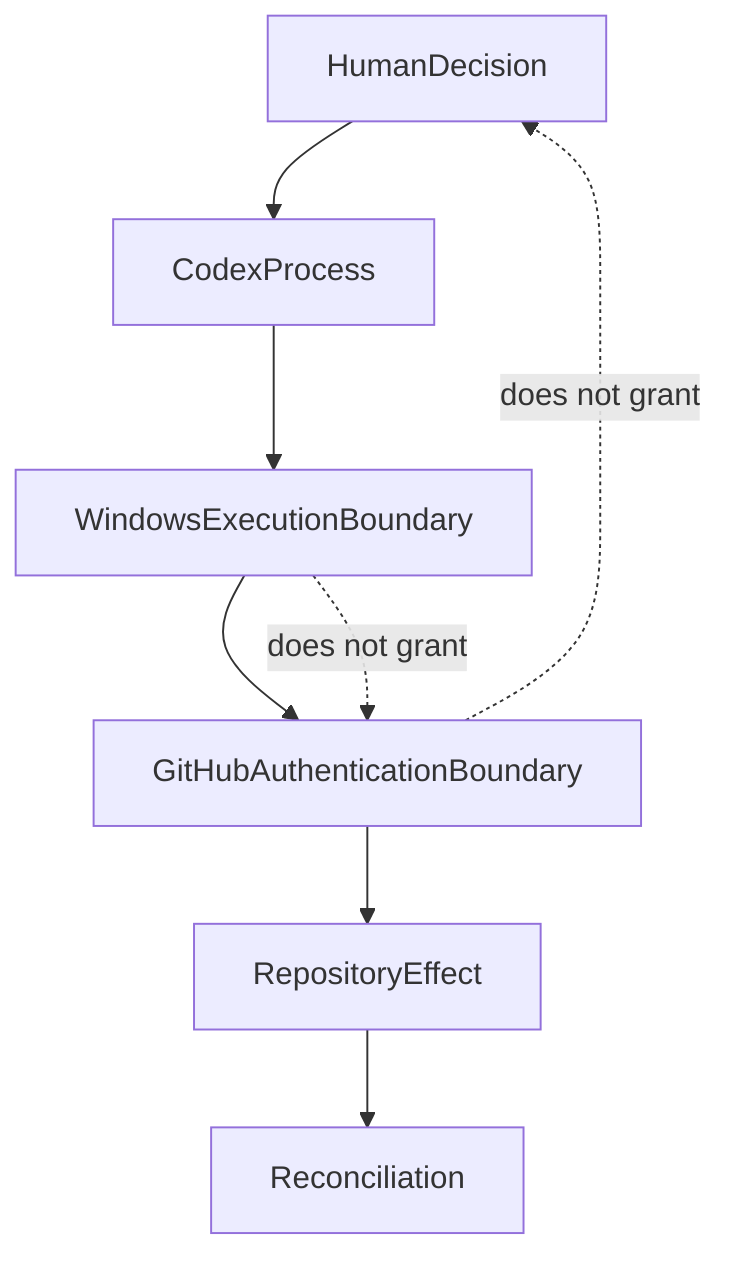
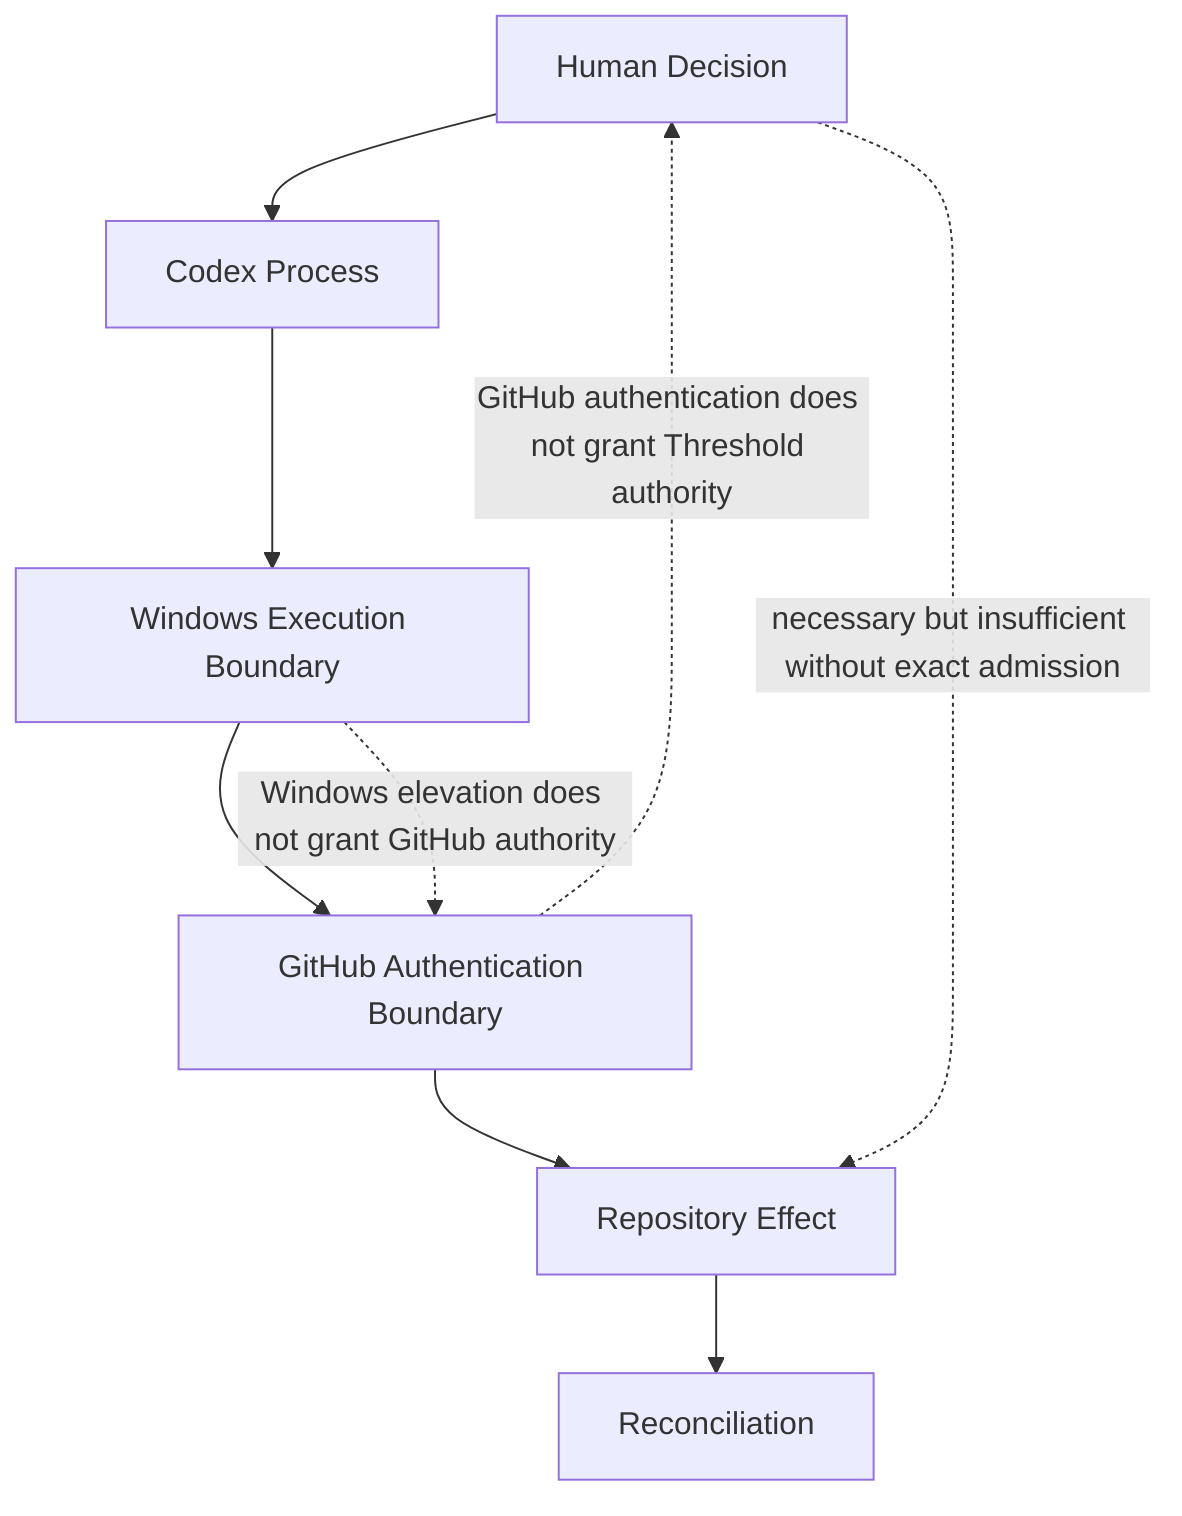
flowchart TD
-     HumanDecision --> CodexProcess
-     CodexProcess --> WindowsExecutionBoundary
-     WindowsExecutionBoundary --> GitHubAuthenticationBoundary
-     GitHubAuthenticationBoundary --> RepositoryEffect
-     RepositoryEffect --> Reconciliation
-     WindowsExecutionBoundary -. does not grant .-> GitHubAuthenticationBoundary
-     GitHubAuthenticationBoundary -. does not grant .-> HumanDecision
+     HumanDecision[Human Decision]
+     CodexProcess[Codex Process]
+     WindowsBoundary[Windows Execution Boundary]
+     GitHubBoundary[GitHub Authentication Boundary]
+     RepositoryEffect[Repository Effect]
+     Reconciliation[Reconciliation]
+     HumanDecision --> CodexProcess --> WindowsBoundary --> GitHubBoundary --> RepositoryEffect --> Reconciliation
+     WindowsBoundary -. Windows elevation does not grant GitHub authority .-> GitHubBoundary
+     GitHubBoundary -. GitHub authentication does not grant Threshold authority .-> HumanDecision
+     HumanDecision -. necessary but insufficient without exact admission .-> RepositoryEffect

